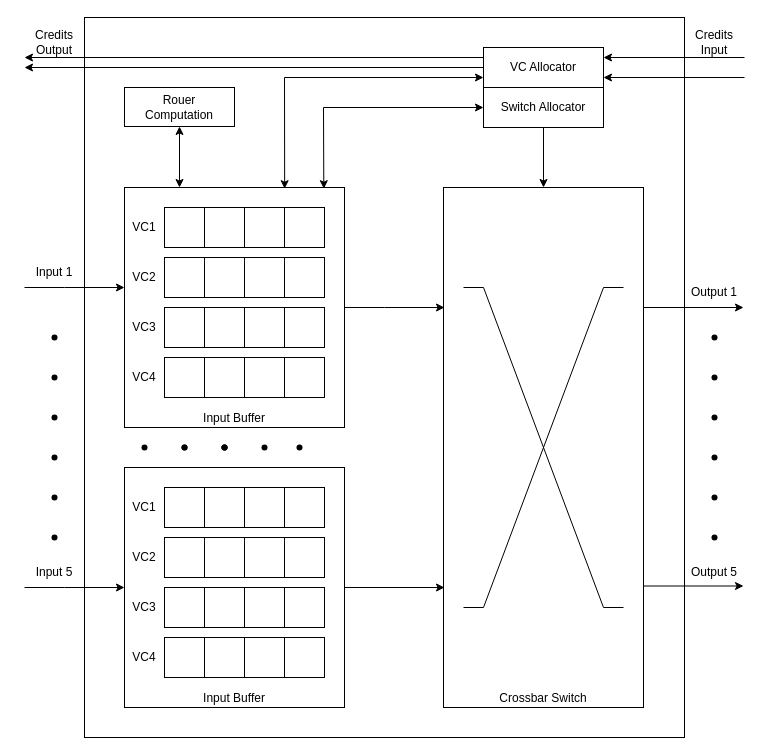
Before: NoC_Router.drawio in Kaling1203/Diagram, a draw.io diagram. Source tidied: cells renumbered, new cells numbered last; positions are measured from the earlier drawing's top-left corner, leaving out a move shared by most shapes. Both pictures are drawn from the tidied source at 100%, with x=0, y=0 at pixel (24, 17).
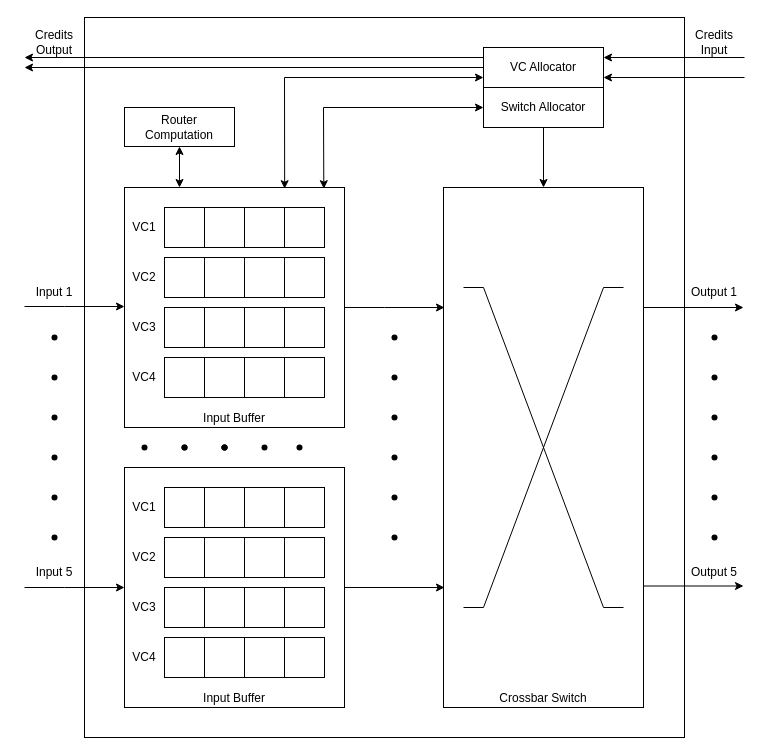
After the change.

The edit, as a diff of the source:
```diff
@@
-    <mxCell id="53" value="&lt;div&gt;Rouer&lt;/div&gt;&lt;div&gt;Computation&lt;/div&gt;" style="rounded=0;whiteSpace=wrap;html=1;" parent="1" vertex="1">
-      <mxGeometry x="100" y="70" width="110" height="39" as="geometry" />
+    <mxCell id="53" value="&lt;div&gt;Router&lt;/div&gt;&lt;div&gt;Computation&lt;/div&gt;" style="rounded=0;whiteSpace=wrap;html=1;" parent="1" vertex="1">
+      <mxGeometry x="100" y="90" width="110" height="39" as="geometry" />
     </mxCell>
@@
     <mxCell id="67" style="endArrow=classic;html=1;rounded=0;" parent="1" edge="1">
       <mxGeometry relative="1" as="geometry">
-        <mxPoint y="270" as="sourcePoint" />
-        <mxPoint x="100" y="270" as="targetPoint" />
+        <mxPoint y="289" as="sourcePoint" />
+        <mxPoint x="100" y="289" as="targetPoint" />
         <Array as="points">
-          <mxPoint x="40" y="270" />
+          <mxPoint x="40" y="289" />
         </Array>
       </mxGeometry>
     </mxCell>
@@
     <mxCell id="93" value="Input 1" style="text;html=1;align=center;verticalAlign=middle;whiteSpace=wrap;rounded=0;" parent="1" vertex="1">
-      <mxGeometry y="240" width="60" height="30" as="geometry" />
+      <mxGeometry y="260" width="60" height="30" as="geometry" />
     </mxCell>
@@
+    <mxCell id="96" style="shape=waypoint;sketch=0;fillStyle=solid;size=6;fillColor=none;perimeter=centerPerimeter;" parent="1" vertex="1">
+      <mxGeometry x="360" y="310" width="20" height="20" as="geometry" />
+    </mxCell>
+    <mxCell id="97" style="shape=waypoint;sketch=0;fillStyle=solid;size=6;fillColor=none;perimeter=centerPerimeter;" parent="1" vertex="1">
+      <mxGeometry x="360" y="350" width="20" height="20" as="geometry" />
+    </mxCell>
+    <mxCell id="98" style="shape=waypoint;sketch=0;fillStyle=solid;size=6;fillColor=none;perimeter=centerPerimeter;" parent="1" vertex="1">
+      <mxGeometry x="360" y="390" width="20" height="20" as="geometry" />
+    </mxCell>
+    <mxCell id="99" style="shape=waypoint;sketch=0;fillStyle=solid;size=6;fillColor=none;perimeter=centerPerimeter;" parent="1" vertex="1">
+      <mxGeometry x="360" y="430" width="20" height="20" as="geometry" />
+    </mxCell>
+    <mxCell id="100" style="shape=waypoint;sketch=0;fillStyle=solid;size=6;fillColor=none;perimeter=centerPerimeter;" parent="1" vertex="1">
+      <mxGeometry x="360" y="470" width="20" height="20" as="geometry" />
+    </mxCell>
+    <mxCell id="101" style="shape=waypoint;sketch=0;fillStyle=solid;size=6;fillColor=none;perimeter=centerPerimeter;" parent="1" vertex="1">
+      <mxGeometry x="360" y="510" width="20" height="20" as="geometry" />
+    </mxCell>
```
